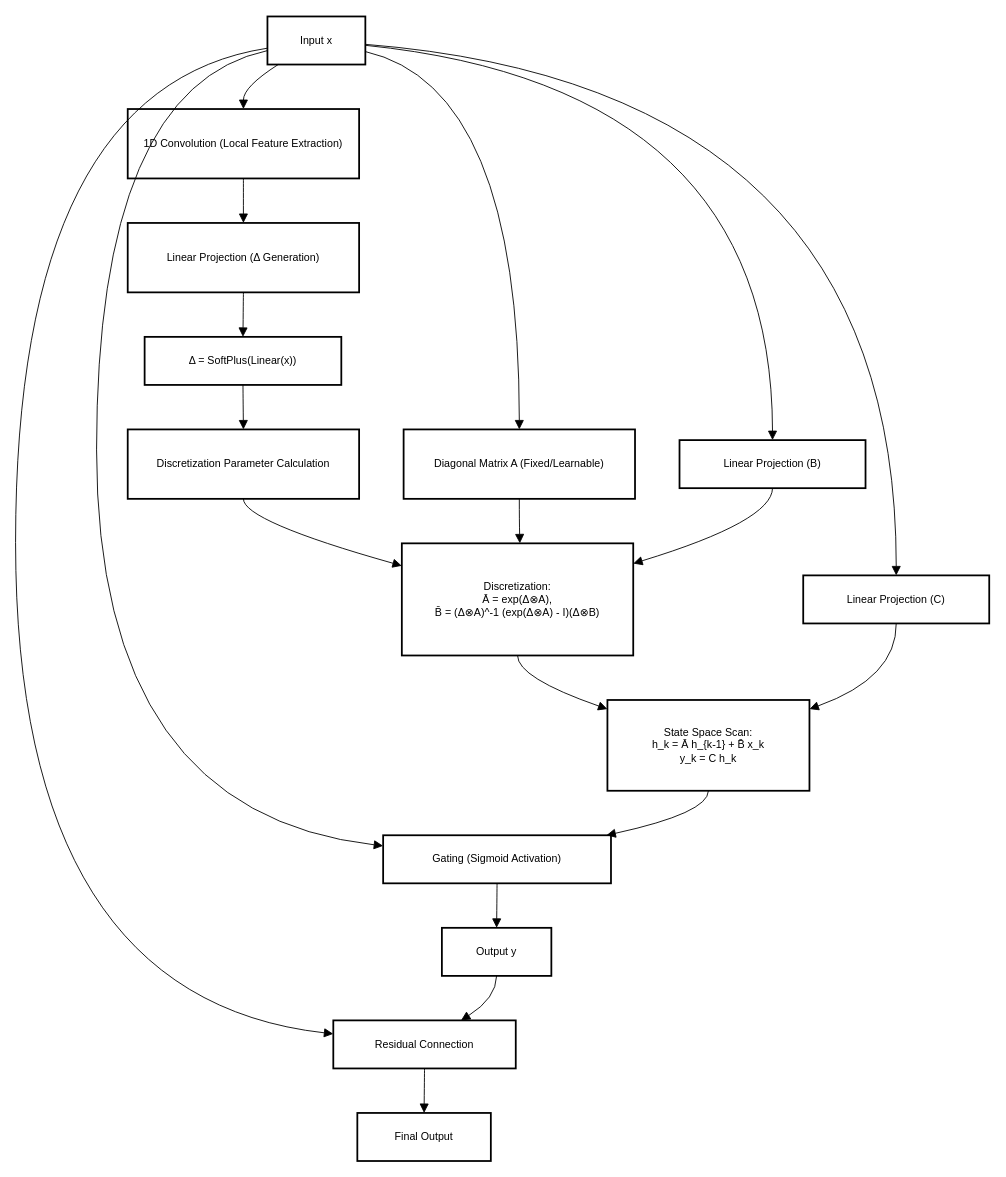
Earlier version of the draw.io diagram page "第 6 页" (6 of 6) of 未命名绘图.drawio (xxu99/drawio). Source tidied: cells renumbered, new cells numbered last; positions are measured from the earlier drawing's top-left corner, leaving out a move shared by most shapes. Both pictures are drawn from the tidied source at 89%, with x=0, y=0 at pixel (15, 16).
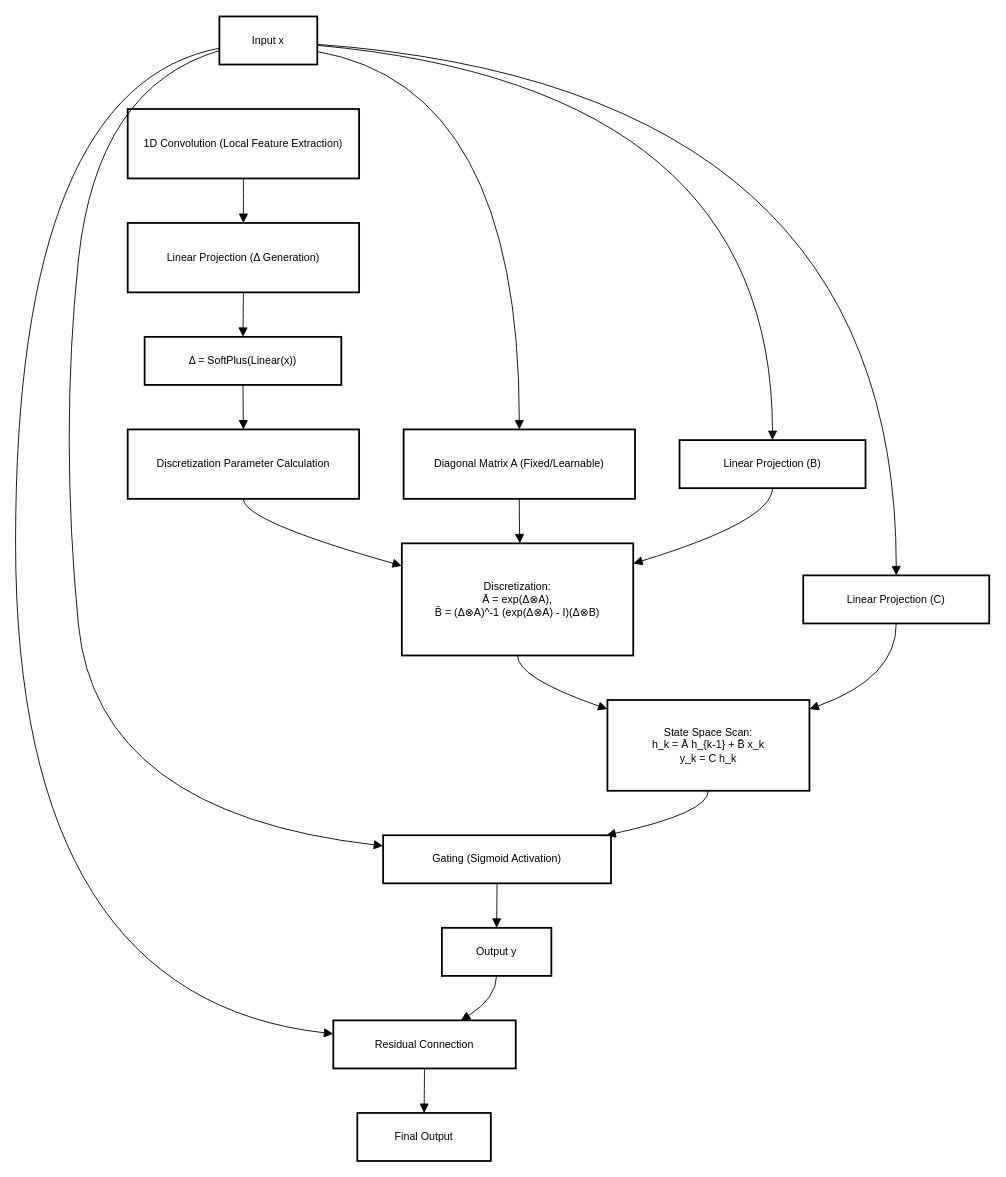
The same diagram, later.

Unchanged cells that the change refers to:
```xml
<mxCell id="3" value="1D Convolution (Local Feature Extraction)" style="whiteSpace=wrap;strokeWidth=2;" parent="1" vertex="1">
  <mxGeometry x="126" y="104" width="260" height="78" as="geometry" />
</mxCell>
<mxCell id="12" value="Gating (Sigmoid Activation)" style="whiteSpace=wrap;strokeWidth=2;" parent="1" vertex="1">
  <mxGeometry x="413" y="920" width="256" height="54" as="geometry" />
</mxCell>
```

The edit, as a diff of the source:
```diff
@@
     <mxCell id="2" value="Input x" style="whiteSpace=wrap;strokeWidth=2;" parent="1" vertex="1">
-      <mxGeometry x="283" width="110" height="54" as="geometry" />
+      <mxGeometry x="229" width="110" height="54" as="geometry" />
     </mxCell>
@@
-    <mxCell id="16" style="curved=1;startArrow=none;endArrow=block;exitX=0.11;exitY=1;entryX=0.5;entryY=0;rounded=0;fontSize=12;startSize=8;endSize=8;" parent="1" edge="1" source="2" target="3">
-      <mxGeometry relative="1" as="geometry">
-        <Array as="points">
-          <mxPoint x="256" y="79" />
-        </Array>
-      </mxGeometry>
-    </mxCell>
@@
     <mxCell id="28" style="curved=1;startArrow=none;endArrow=block;exitX=0;exitY=0.71;entryX=0;entryY=0.22;rounded=0;fontSize=12;startSize=8;endSize=8;" parent="1" edge="1" source="2" target="12">
       <mxGeometry relative="1" as="geometry">
         <Array as="points">
           <mxPoint x="91" y="79" />
+          <mxPoint x="50" y="470" />
           <mxPoint x="91" y="895" />
         </Array>
       </mxGeometry>
     </mxCell>
```
